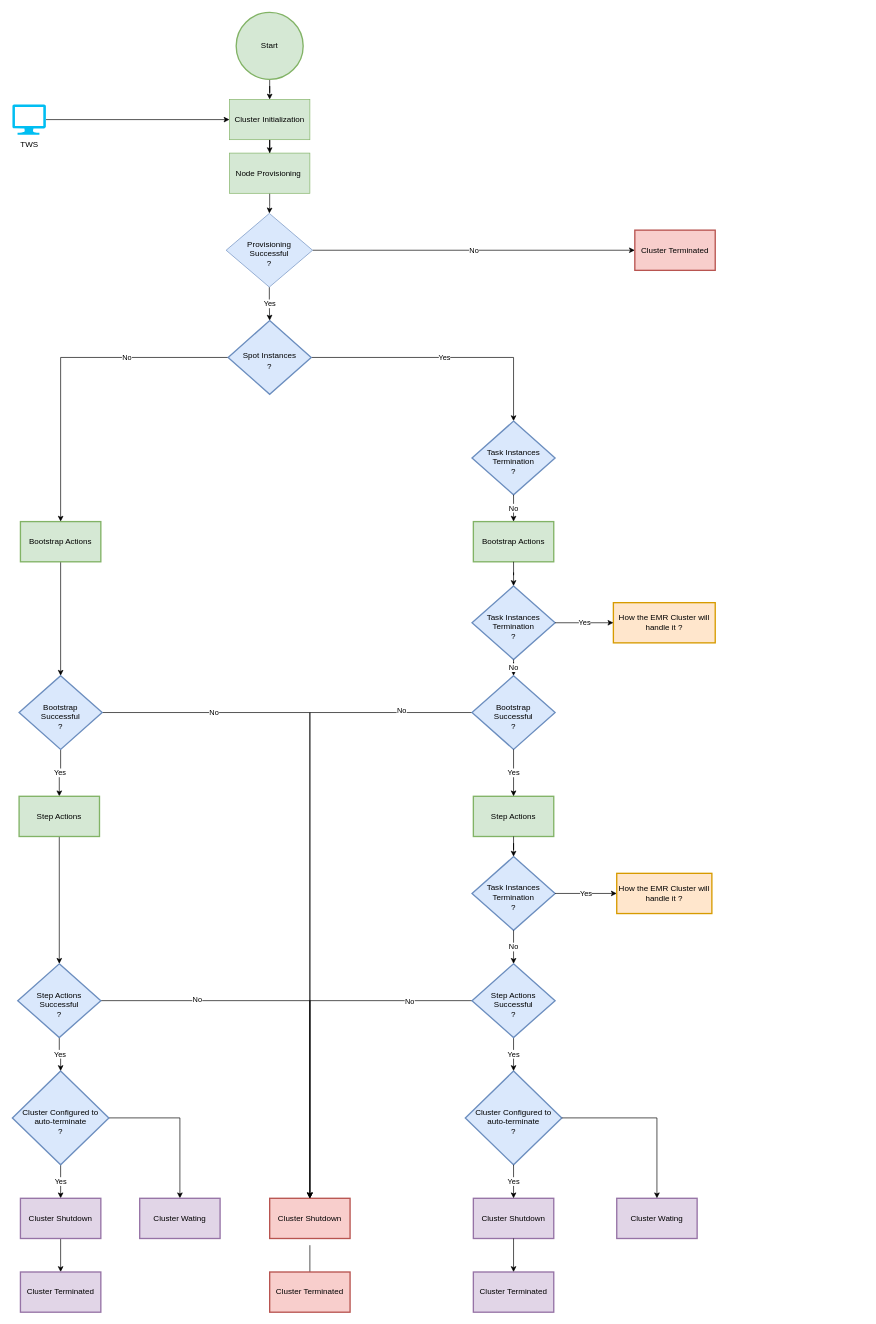
Benoit-LAGUET/AWS-EMR keeps this draw.io diagram as EMR Flow.drawio. Above is the earlier version. Source tidied: cells renumbered, new cells numbered last; positions are measured from the earlier drawing's top-left corner, leaving out a move shared by most shapes. Both pictures are drawn from the tidied source at 67%, with x=0, y=0 at pixel (12, 12).
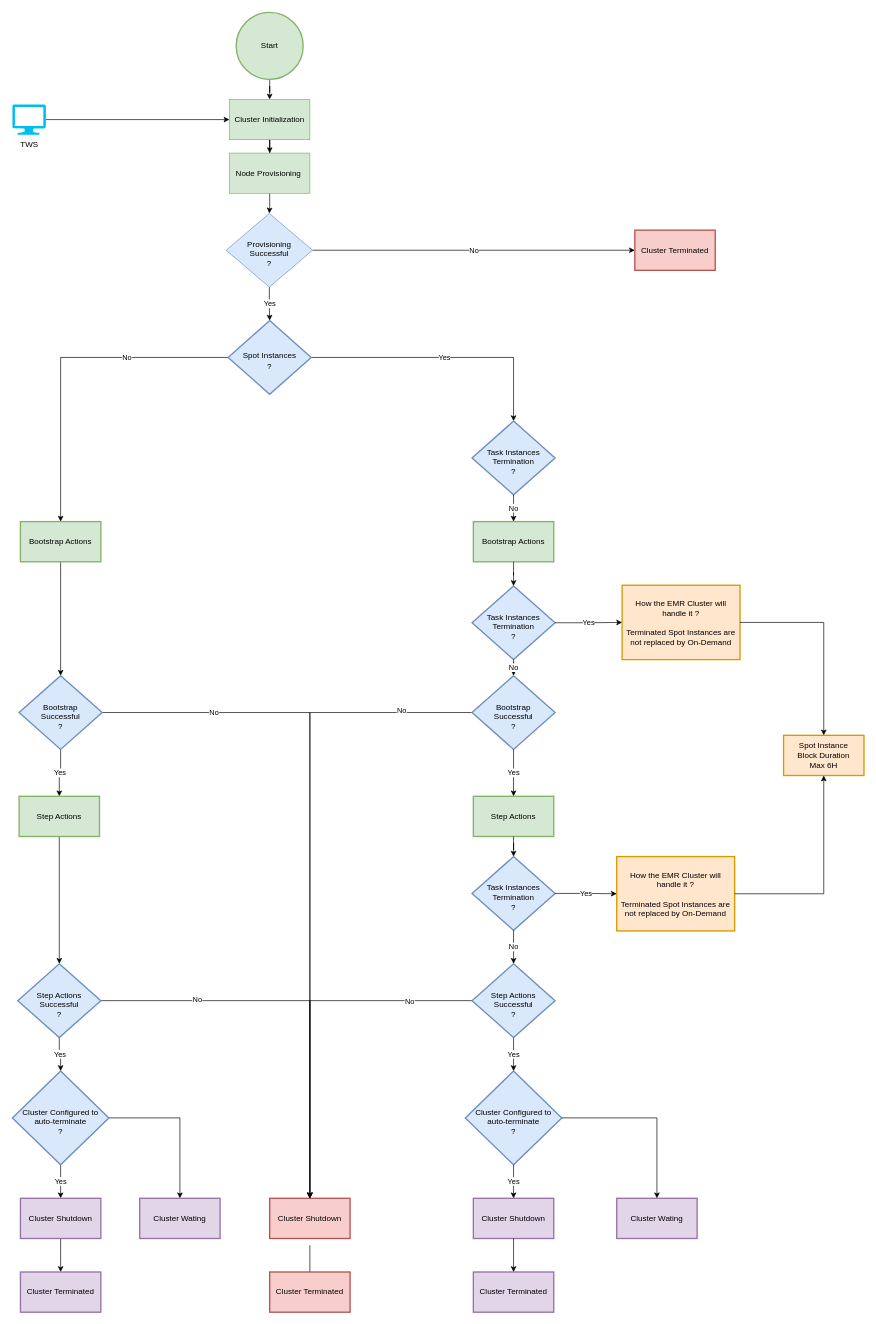
After the change.

Commit message:
Mettre à jour EMR Flow.drawio

The change refers to these unchanged cells:
```xml
<mxCell id="54" value="Task Instances&lt;br&gt;Termination&lt;br&gt;?" style="strokeWidth=2;html=1;shape=mxgraph.flowchart.decision;whiteSpace=wrap;verticalAlign=middle;spacingBottom=0;spacingTop=11;fillColor=#dae8fc;strokeColor=#6c8ebf;" parent="42" vertex="1">
  <mxGeometry x="10" y="650" width="124" height="110" as="geometry" />
</mxCell>
```

The edit, as a diff of the source:
```diff
@@
     <mxCell id="42" style="group;shadow=0;" parent="1" vertex="1">
-      <mxGeometry x="676" y="610" width="373" height="1330" as="geometry" />
+      <mxGeometry x="676" y="610" width="410" height="1330" as="geometry" />
     </mxCell>
@@
-    <mxCell id="50" value="How the EMR Cluster will handle it ?" style="whiteSpace=wrap;html=1;strokeWidth=2;spacingBottom=0;spacingTop=0;fillColor=#ffe6cc;strokeColor=#d79b00;" parent="42" vertex="1">
-      <mxGeometry x="221" y="271" width="152" height="60" as="geometry" />
+    <mxCell id="50" value="How the EMR Cluster will handle it ?&lt;br&gt;&lt;br&gt;Terminated Spot Instances are&lt;br&gt;not replaced by On-Demand" style="whiteSpace=wrap;html=1;strokeWidth=2;spacingBottom=0;spacingTop=0;fillColor=#ffe6cc;strokeColor=#d79b00;" parent="42" vertex="1">
+      <mxGeometry x="234" y="245" width="176" height="111" as="geometry" />
     </mxCell>
@@
-    <mxCell id="56" value="How the EMR Cluster will handle it ?" style="whiteSpace=wrap;html=1;strokeWidth=2;spacingBottom=0;spacingTop=0;fillColor=#ffe6cc;strokeColor=#d79b00;" parent="42" vertex="1">
-      <mxGeometry x="226" y="675" width="142" height="60" as="geometry" />
-    </mxCell>
-    <mxCell id="57" value="Yes" style="edgeStyle=orthogonalEdgeStyle;rounded=0;jettySize=auto;html=1;" parent="42" edge="1" source="54" target="56">
+    <mxCell id="57" value="Yes" style="edgeStyle=orthogonalEdgeStyle;rounded=0;jettySize=auto;html=1;" parent="42" edge="1" source="54" target="69">
       <mxGeometry relative="1" as="geometry" />
     </mxCell>
@@
+    <mxCell id="69" value="How the EMR Cluster will handle it ?&lt;br&gt;&lt;br&gt;Terminated Spot Instances are&lt;br&gt;not replaced by On-Demand" style="whiteSpace=wrap;html=1;strokeWidth=2;spacingBottom=0;spacingTop=0;fillColor=#ffe6cc;strokeColor=#d79b00;" parent="42" vertex="1">
+      <mxGeometry x="226" y="650" width="176" height="111" as="geometry" />
+    </mxCell>
@@
+    <mxCell id="70" value="Spot Instance&lt;br&gt;Block Duration&lt;br&gt;Max 6H" style="whiteSpace=wrap;html=1;fillColor=#ffe6cc;strokeColor=#d79b00;strokeWidth=2;spacingBottom=0;spacingTop=0;" parent="1" vertex="1">
+      <mxGeometry x="1151" y="1079" width="120" height="60" as="geometry" />
+    </mxCell>
+    <mxCell id="71" style="edgeStyle=orthogonalEdgeStyle;rounded=0;jettySize=auto;html=1;" parent="1" edge="1" source="50" target="70">
+      <mxGeometry relative="1" as="geometry" />
+    </mxCell>
+    <mxCell id="72" style="edgeStyle=orthogonalEdgeStyle;rounded=0;jettySize=auto;html=1;entryX=0.5;entryY=1;entryDx=0;entryDy=0;" parent="1" edge="1" source="69" target="70">
+      <mxGeometry relative="1" as="geometry" />
+    </mxCell>
```
